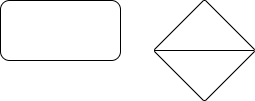
This is Untitled Diagram.png from NIGHTFIGHTING/wiser, a draw.io export, as it was before one commit. Source tidied: cells renumbered, new cells last; positions are measured from the earlier drawing's top-left corner, leaving out a move shared by most shapes.
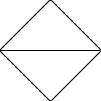
The same diagram one commit later.

What changed in the source:
```diff
@@ -2,9 +2,6 @@
   <root>
     <mxCell id="0" />
     <mxCell id="1" parent="0" />
-    <mxCell id="2" style="rounded=1;whiteSpace=wrap;html=1;" parent="1" vertex="1">
-      <mxGeometry width="120" height="60" as="geometry" />
-    </mxCell>
     <mxCell id="3" style="verticalLabelPosition=bottom;verticalAlign=top;html=1;shape=mxgraph.flowchart.sort;" parent="1" vertex="1">
       <mxGeometry x="154" width="100" height="100" as="geometry" />
     </mxCell>
```
